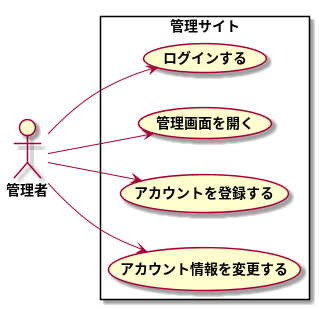
This is modeling/05_Usecase_スタッフ管理/Usecase.png from TakashiOnawa/ddd-practice-studio-reservation, a PlantUML export, as it was before one commit.
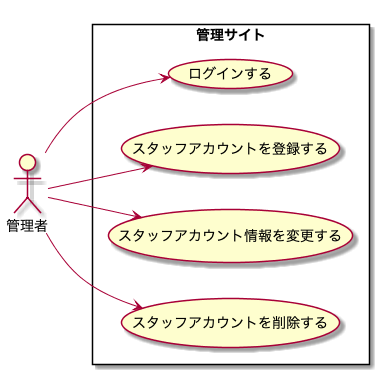
The same file after the commit.

Diff of the diagram source:
```diff
@@ -6,9 +6,9 @@
 
 rectangle 管理サイト {
     管理者 --> (ログインする)
-    管理者 --> (管理画面を開く)
-    管理者 --> (アカウントを登録する)
-    管理者 --> (アカウント情報を変更する)
+    管理者 --> (スタッフアカウントを登録する)
+    管理者 --> (スタッフアカウント情報を変更する)
+    管理者 --> (スタッフアカウントを削除する)
 }
 
 @enduml
```
